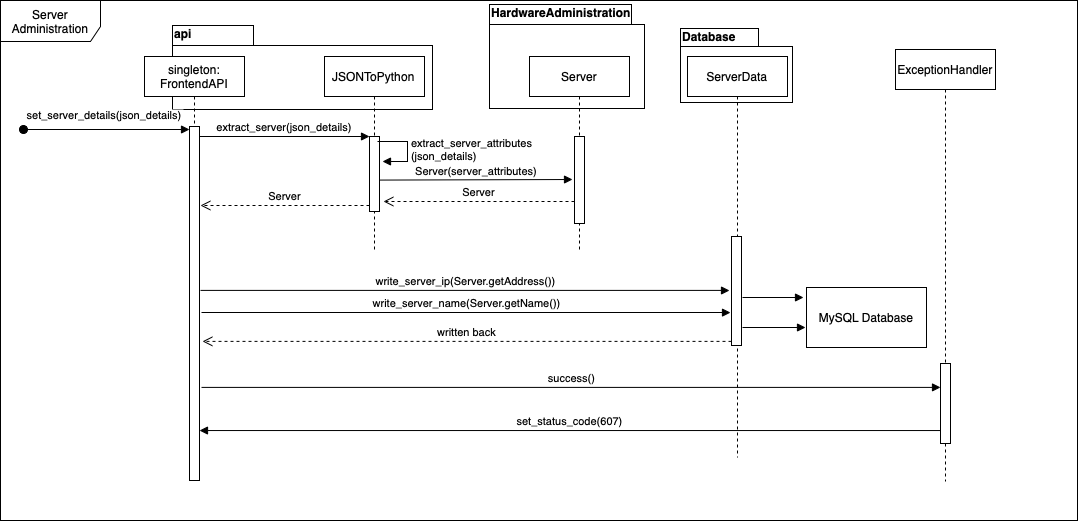
The draw.io diagram Entwurfsheft/res/Server_Sequence.drawio.png in soerenray/MatFlow, before a commit. Source tidied: cells renumbered, new cells last; positions are measured from the earlier drawing's top-left corner, leaving out a move shared by most shapes. Source of this version:
```xml
<mxGraphModel>
  <root>
    <mxCell id="0" />
    <mxCell id="1" parent="0" />
    <mxCell id="2" value="Server Administration" style="shape=umlFrame;whiteSpace=wrap;html=1;width=100;height=41;" parent="1" vertex="1">
      <mxGeometry width="1077" height="520" as="geometry" />
    </mxCell>
    <mxCell id="3" value="Database" style="shape=folder;fontStyle=1;spacingTop=-5;tabWidth=78;tabHeight=18;tabPosition=left;html=1;align=left;verticalAlign=top;" parent="1" vertex="1">
      <mxGeometry x="680" y="28" width="112" height="74" as="geometry" />
    </mxCell>
    <mxCell id="4" value="api" style="shape=folder;fontStyle=1;spacingTop=-5;tabWidth=81;tabHeight=20;tabPosition=left;html=1;align=left;verticalAlign=top;" parent="1" vertex="1">
      <mxGeometry x="172" y="25" width="260" height="84" as="geometry" />
    </mxCell>
    <mxCell id="5" value="HardwareAdministration" style="shape=folder;fontStyle=1;spacingTop=-5;tabWidth=142;tabHeight=20;tabPosition=left;html=1;verticalAlign=top;align=left;" parent="1" vertex="1">
      <mxGeometry x="489" y="4" width="155" height="104" as="geometry" />
    </mxCell>
    <mxCell id="6" value="singleton:&#10;FrontendAPI" style="shape=umlLifeline;perimeter=lifelinePerimeter;rounded=0;shadow=0;strokeWidth=1;" parent="1" vertex="1">
      <mxGeometry x="144" y="56" width="100" height="424" as="geometry" />
    </mxCell>
    <mxCell id="7" style="points=[];perimeter=orthogonalPerimeter;rounded=0;shadow=0;strokeWidth=1;" parent="6" vertex="1">
      <mxGeometry x="45" y="70" width="10" height="354" as="geometry" />
    </mxCell>
    <mxCell id="8" value="JSONToPython" style="shape=umlLifeline;perimeter=lifelinePerimeter;rounded=0;shadow=0;strokeWidth=1;" parent="1" vertex="1">
      <mxGeometry x="324" y="56" width="100" height="195" as="geometry" />
    </mxCell>
    <mxCell id="9" style="points=[];perimeter=orthogonalPerimeter;rounded=0;shadow=0;strokeWidth=1;" parent="8" vertex="1">
      <mxGeometry x="45" y="80" width="10" height="75" as="geometry" />
    </mxCell>
    <mxCell id="10" value="extract_server_attributes&lt;br&gt;(json_details)" style="edgeStyle=orthogonalEdgeStyle;html=1;align=left;spacingLeft=2;endArrow=block;rounded=0;entryX=1;entryY=0;" parent="8" edge="1">
      <mxGeometry relative="1" as="geometry">
        <mxPoint x="53" y="85" as="sourcePoint" />
        <mxPoint x="58" y="105" as="targetPoint" />
        <Array as="points">
          <mxPoint x="83" y="85" />
        </Array>
      </mxGeometry>
    </mxCell>
    <mxCell id="11" value="extract_server(json_details)" style="verticalAlign=bottom;endArrow=block;entryX=0;entryY=0;shadow=0;strokeWidth=1;" parent="1" edge="1" source="7" target="9">
      <mxGeometry relative="1" as="geometry" />
    </mxCell>
    <mxCell id="12" value="set_server_details(json_details)" style="verticalAlign=bottom;startArrow=oval;endArrow=block;startSize=8;shadow=0;strokeWidth=1;" parent="1" edge="1" target="7">
      <mxGeometry x="-0.02" y="5" relative="1" as="geometry">
        <mxPoint x="23" y="129" as="sourcePoint" />
      </mxGeometry>
    </mxCell>
    <mxCell id="13" value="Server" style="html=1;verticalAlign=bottom;endArrow=open;dashed=1;endSize=8;rounded=0;" parent="1" edge="1" source="9">
      <mxGeometry relative="1" as="geometry">
        <mxPoint x="200" y="205" as="targetPoint" />
        <Array as="points">
          <mxPoint x="326" y="205" />
          <mxPoint x="212" y="205" />
        </Array>
      </mxGeometry>
    </mxCell>
    <mxCell id="14" value="Server" style="shape=umlLifeline;perimeter=lifelinePerimeter;rounded=0;shadow=0;strokeWidth=1;" parent="1" vertex="1">
      <mxGeometry x="529" y="56" width="100" height="195" as="geometry" />
    </mxCell>
    <mxCell id="15" style="points=[];perimeter=orthogonalPerimeter;rounded=0;shadow=0;strokeWidth=1;" parent="14" vertex="1">
      <mxGeometry x="45" y="80" width="10" height="87" as="geometry" />
    </mxCell>
    <mxCell id="16" value="Server" style="html=1;verticalAlign=bottom;endArrow=open;dashed=1;endSize=8;rounded=0;" parent="1" edge="1" source="15">
      <mxGeometry relative="1" as="geometry">
        <mxPoint x="383" y="201" as="targetPoint" />
        <Array as="points">
          <mxPoint x="478" y="201" />
        </Array>
      </mxGeometry>
    </mxCell>
    <mxCell id="17" value="Server(server_attributes)" style="verticalAlign=bottom;endArrow=block;shadow=0;strokeWidth=1;exitX=1;exitY=0.581;exitDx=0;exitDy=0;exitPerimeter=0;" parent="1" edge="1" source="9">
      <mxGeometry relative="1" as="geometry">
        <mxPoint x="572" y="179" as="targetPoint" />
      </mxGeometry>
    </mxCell>
    <mxCell id="18" value="ServerData" style="shape=umlLifeline;perimeter=lifelinePerimeter;whiteSpace=wrap;html=1;" parent="1" vertex="1">
      <mxGeometry x="687" y="56" width="100" height="401" as="geometry" />
    </mxCell>
    <mxCell id="19" style="points=[];perimeter=orthogonalPerimeter;rounded=0;shadow=0;strokeWidth=1;" parent="18" vertex="1">
      <mxGeometry x="44" y="180" width="10" height="109" as="geometry" />
    </mxCell>
    <mxCell id="20" value="write_server_ip(Server.getAddress())" style="html=1;verticalAlign=bottom;endArrow=block;rounded=0;exitX=1.1;exitY=0.463;exitDx=0;exitDy=0;exitPerimeter=0;" parent="1" edge="1" source="7">
      <mxGeometry relative="1" as="geometry">
        <mxPoint x="729" y="290" as="targetPoint" />
      </mxGeometry>
    </mxCell>
    <mxCell id="21" value="write_server_name(Server.getName())" style="html=1;verticalAlign=bottom;endArrow=block;rounded=0;exitX=1.1;exitY=0.463;exitDx=0;exitDy=0;exitPerimeter=0;" parent="1" edge="1">
      <mxGeometry relative="1" as="geometry">
        <mxPoint x="201" y="312" as="sourcePoint" />
        <mxPoint x="730" y="312.1" as="targetPoint" />
      </mxGeometry>
    </mxCell>
    <mxCell id="22" value="written back" style="html=1;verticalAlign=bottom;endArrow=open;dashed=1;endSize=8;rounded=0;entryX=1.3;entryY=0.607;entryDx=0;entryDy=0;entryPerimeter=0;" parent="1" edge="1" source="19" target="7">
      <mxGeometry relative="1" as="geometry" />
    </mxCell>
    <mxCell id="23" style="html=1;verticalAlign=bottom;endArrow=block;rounded=0;" parent="1" edge="1">
      <mxGeometry relative="1" as="geometry">
        <mxPoint x="742" y="297" as="sourcePoint" />
        <mxPoint x="803" y="297" as="targetPoint" />
      </mxGeometry>
    </mxCell>
    <mxCell id="24" style="html=1;verticalAlign=bottom;endArrow=block;rounded=0;" parent="1" edge="1">
      <mxGeometry relative="1" as="geometry">
        <mxPoint x="742" y="327" as="sourcePoint" />
        <mxPoint x="805" y="327" as="targetPoint" />
      </mxGeometry>
    </mxCell>
    <mxCell id="25" value="MySQL Database" style="rounded=0;whiteSpace=wrap;html=1;" parent="1" vertex="1">
      <mxGeometry x="806" y="287" width="120" height="60" as="geometry" />
    </mxCell>
    <mxCell id="26" value="ExceptionHandler" style="shape=umlLifeline;perimeter=lifelinePerimeter;whiteSpace=wrap;html=1;" parent="1" vertex="1">
      <mxGeometry x="895" y="49" width="100" height="432" as="geometry" />
    </mxCell>
    <mxCell id="27" style="html=1;points=[];perimeter=orthogonalPerimeter;" parent="26" vertex="1">
      <mxGeometry x="45" y="314" width="10" height="80" as="geometry" />
    </mxCell>
    <mxCell id="28" value="success()" style="html=1;verticalAlign=bottom;endArrow=block;rounded=0;exitX=1.2;exitY=0.737;exitDx=0;exitDy=0;exitPerimeter=0;" parent="1" edge="1" source="7" target="27">
      <mxGeometry relative="1" as="geometry" />
    </mxCell>
    <mxCell id="29" value="set_status_code(607)" style="html=1;verticalAlign=bottom;endArrow=block;rounded=0;exitX=0;exitY=0.838;exitDx=0;exitDy=0;exitPerimeter=0;" parent="1" edge="1" source="27" target="7">
      <mxGeometry relative="1" as="geometry" />
    </mxCell>
  </root>
</mxGraphModel>
```
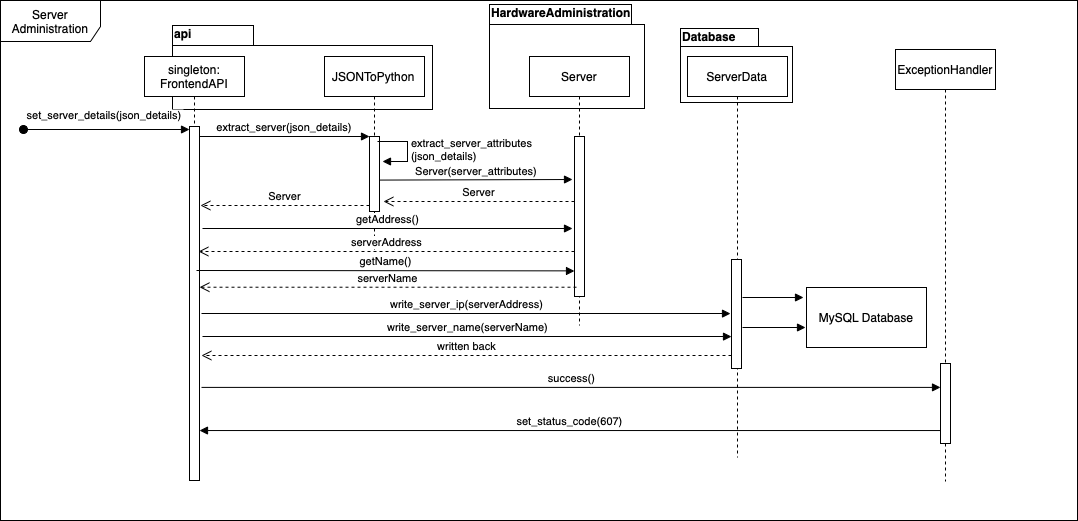
The same diagram one commit later.

Commit message:
Soeren Sequenzdiagramme

The edit, as a diff of the source:
```diff
@@ -53,11 +53,17 @@
       </mxGeometry>
     </mxCell>
     <mxCell id="14" value="Server" style="shape=umlLifeline;perimeter=lifelinePerimeter;rounded=0;shadow=0;strokeWidth=1;" parent="1" vertex="1">
-      <mxGeometry x="529" y="56" width="100" height="195" as="geometry" />
+      <mxGeometry x="529" y="56" width="100" height="269" as="geometry" />
     </mxCell>
     <mxCell id="15" style="points=[];perimeter=orthogonalPerimeter;rounded=0;shadow=0;strokeWidth=1;" parent="14" vertex="1">
-      <mxGeometry x="45" y="80" width="10" height="87" as="geometry" />
+      <mxGeometry x="45" y="80" width="10" height="160" as="geometry" />
     </mxCell>
+    <mxCell id="30" value="getName()" style="html=1;verticalAlign=bottom;endArrow=block;rounded=0;" parent="14" edge="1">
+      <mxGeometry relative="1" as="geometry">
+        <mxPoint x="-333" y="214" as="sourcePoint" />
+        <mxPoint x="45" y="214.5" as="targetPoint" />
+      </mxGeometry>
+    </mxCell>
     <mxCell id="16" value="Server" style="html=1;verticalAlign=bottom;endArrow=open;dashed=1;endSize=8;rounded=0;" parent="1" edge="1" source="15">
       <mxGeometry relative="1" as="geometry">
         <mxPoint x="383" y="201" as="targetPoint" />
@@ -75,21 +81,21 @@
       <mxGeometry x="687" y="56" width="100" height="401" as="geometry" />
     </mxCell>
     <mxCell id="19" style="points=[];perimeter=orthogonalPerimeter;rounded=0;shadow=0;strokeWidth=1;" parent="18" vertex="1">
-      <mxGeometry x="44" y="180" width="10" height="109" as="geometry" />
+      <mxGeometry x="44" y="203" width="10" height="109" as="geometry" />
     </mxCell>
-    <mxCell id="20" value="write_server_ip(Server.getAddress())" style="html=1;verticalAlign=bottom;endArrow=block;rounded=0;exitX=1.1;exitY=0.463;exitDx=0;exitDy=0;exitPerimeter=0;" parent="1" edge="1" source="7">
-      <mxGeometry relative="1" as="geometry">
-        <mxPoint x="729" y="290" as="targetPoint" />
-      </mxGeometry>
-    </mxCell>
-    <mxCell id="21" value="write_server_name(Server.getName())" style="html=1;verticalAlign=bottom;endArrow=block;rounded=0;exitX=1.1;exitY=0.463;exitDx=0;exitDy=0;exitPerimeter=0;" parent="1" edge="1">
+    <mxCell id="21" value="write_server_name(serverName)" style="html=1;verticalAlign=bottom;endArrow=block;rounded=0;exitX=1.1;exitY=0.463;exitDx=0;exitDy=0;exitPerimeter=0;" parent="1" edge="1">
       <mxGeometry relative="1" as="geometry">
-        <mxPoint x="201" y="312" as="sourcePoint" />
-        <mxPoint x="730" y="312.1" as="targetPoint" />
+        <mxPoint x="202" y="336" as="sourcePoint" />
+        <mxPoint x="731" y="336.1" as="targetPoint" />
       </mxGeometry>
     </mxCell>
-    <mxCell id="22" value="written back" style="html=1;verticalAlign=bottom;endArrow=open;dashed=1;endSize=8;rounded=0;entryX=1.3;entryY=0.607;entryDx=0;entryDy=0;entryPerimeter=0;" parent="1" edge="1" source="19" target="7">
-      <mxGeometry relative="1" as="geometry" />
+    <mxCell id="22" value="written back" style="html=1;verticalAlign=bottom;endArrow=open;dashed=1;endSize=8;rounded=0;" parent="1" edge="1" source="19">
+      <mxGeometry relative="1" as="geometry">
+        <mxPoint x="201" y="355" as="targetPoint" />
+        <Array as="points">
+          <mxPoint x="615" y="355" />
+        </Array>
+      </mxGeometry>
     </mxCell>
     <mxCell id="23" style="html=1;verticalAlign=bottom;endArrow=block;rounded=0;" parent="1" edge="1">
       <mxGeometry relative="1" as="geometry">
@@ -118,5 +124,26 @@
     <mxCell id="29" value="set_status_code(607)" style="html=1;verticalAlign=bottom;endArrow=block;rounded=0;exitX=0;exitY=0.838;exitDx=0;exitDy=0;exitPerimeter=0;" parent="1" edge="1" source="27" target="7">
       <mxGeometry relative="1" as="geometry" />
     </mxCell>
+    <mxCell id="31" value="getAddress()" style="html=1;verticalAlign=bottom;endArrow=block;rounded=0;" parent="1" edge="1">
+      <mxGeometry relative="1" as="geometry">
+        <mxPoint x="202" y="228" as="sourcePoint" />
+        <mxPoint x="572" y="228" as="targetPoint" />
+      </mxGeometry>
+    </mxCell>
+    <mxCell id="32" value="write_server_ip(serverAddress)" style="html=1;verticalAlign=bottom;endArrow=block;rounded=0;exitX=1.1;exitY=0.463;exitDx=0;exitDy=0;exitPerimeter=0;" parent="1" edge="1">
+      <mxGeometry relative="1" as="geometry">
+        <mxPoint x="201" y="313" as="sourcePoint" />
+        <mxPoint x="730" y="313.1" as="targetPoint" />
+      </mxGeometry>
+    </mxCell>
+    <mxCell id="33" value="serverAddress" style="html=1;verticalAlign=bottom;endArrow=open;dashed=1;endSize=8;rounded=0;exitX=0.1;exitY=0.748;exitDx=0;exitDy=0;exitPerimeter=0;" parent="1" edge="1">
+      <mxGeometry relative="1" as="geometry">
+        <mxPoint x="574" y="251" as="sourcePoint" />
+        <mxPoint x="198" y="251" as="targetPoint" />
+      </mxGeometry>
+    </mxCell>
+    <mxCell id="34" value="serverName" style="html=1;verticalAlign=bottom;endArrow=open;dashed=1;endSize=8;rounded=0;exitX=0.2;exitY=0.942;exitDx=0;exitDy=0;exitPerimeter=0;" parent="1" edge="1" source="15" target="7">
+      <mxGeometry relative="1" as="geometry" />
+    </mxCell>
   </root>
 </mxGraphModel>
```
